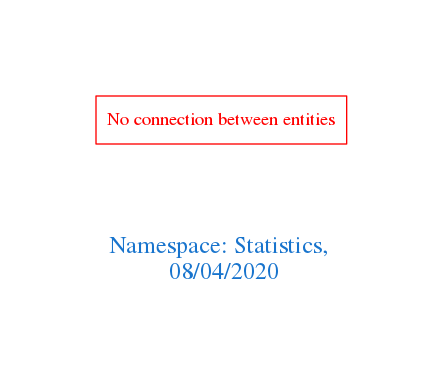
Before: downloads/Statistics.png, a diagram exported from Graphviz (arago/OGIT). Its source is kept beside it as downloads/Statistics.dot.
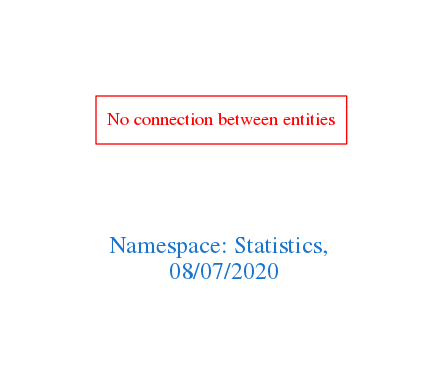
Later version of the same file.

What changed in the source:
```diff
@@ -1,7 +1,7 @@
 digraph OGIT_ontology {
  graph [ rankdir= LR,pad=1
 fontsize = 18,
-fontcolor= dodgerblue3,label = "\n\n\nNamespace: Statistics, \n 08/04/2020"];
+fontcolor= dodgerblue3,label = "\n\n\nNamespace: Statistics, \n 08/07/2020"];
 node[shape=polygon];
 edge [  color="gray81"];
 
```
